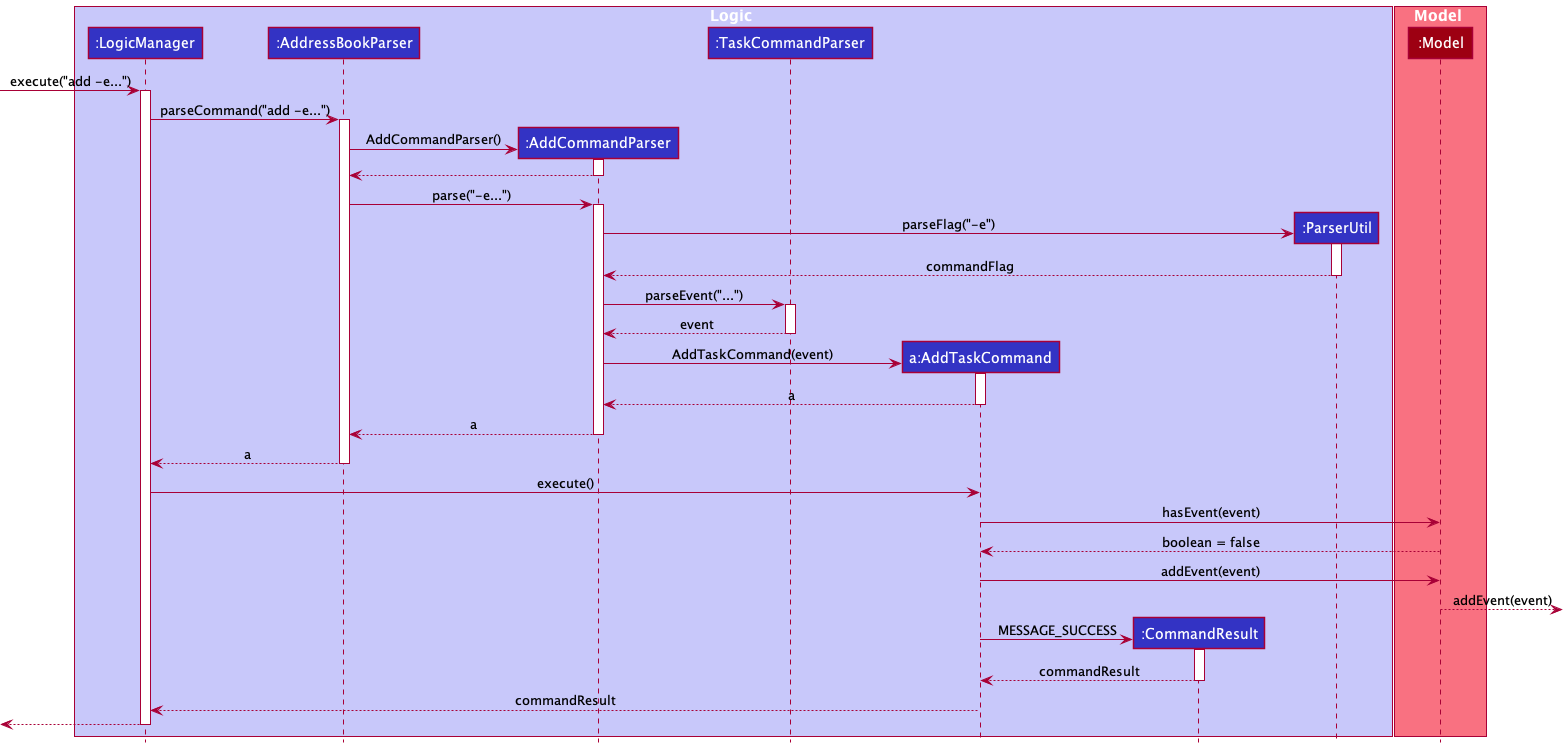
wireseo/tp keeps this PlantUML diagram as docs/images/AddTaskSequenceDiagram.png. Above is the earlier version.
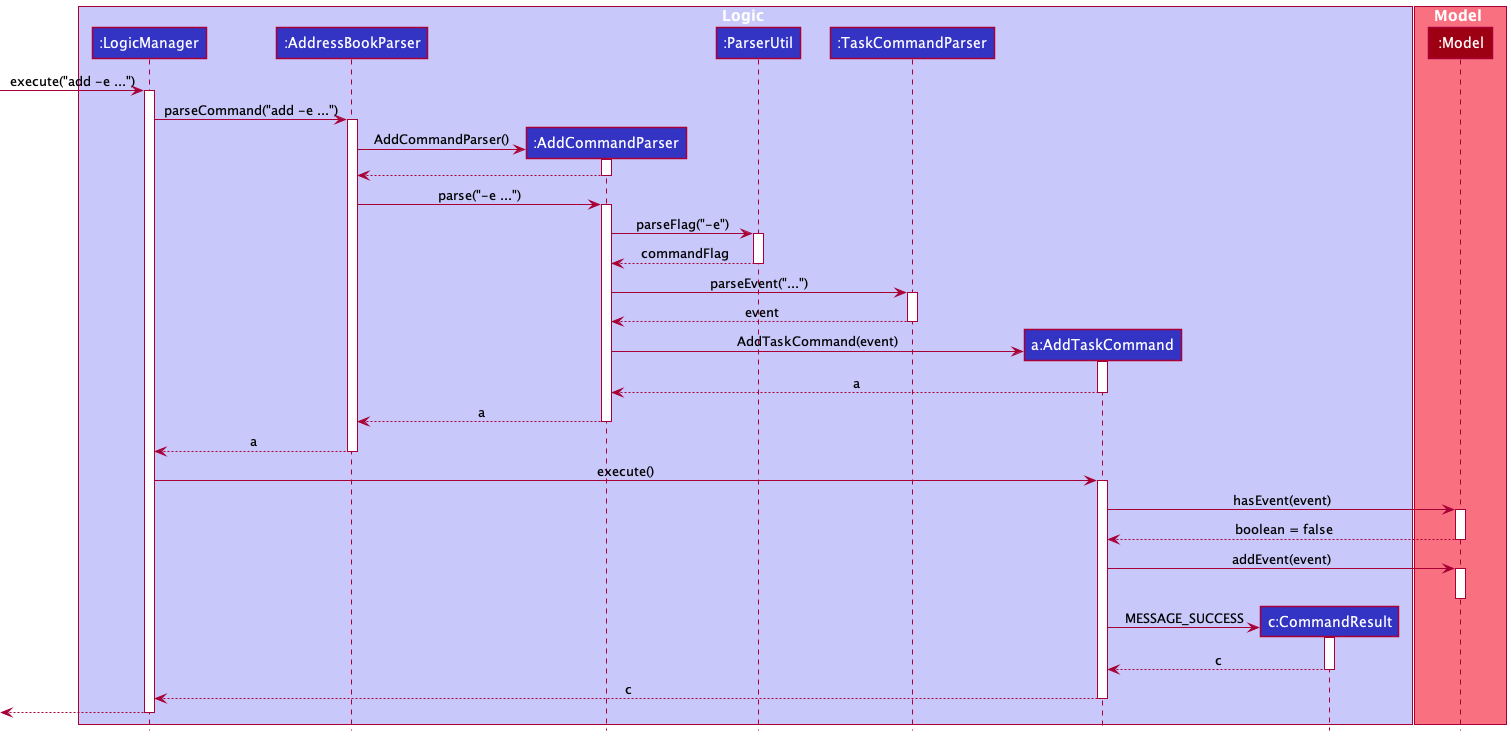
Above is the later version.

Commit message:
Standardise sequence diagrams

The edit, as a diff of the source:
```diff
@@ -5,20 +5,20 @@
 participant ":LogicManager" as LogicManager LOGIC_COLOR
 participant ":AddressBookParser" as AddressBookParser LOGIC_COLOR
 participant ":AddCommandParser" as AddCommandParser LOGIC_COLOR
+participant ":ParserUtil" as ParserUtil LOGIC_COLOR
 participant ":TaskCommandParser" as TaskCommandParser LOGIC_COLOR
 participant "a:AddTaskCommand" as AddTaskCommand LOGIC_COLOR
-participant ":CommandResult" as CommandResult LOGIC_COLOR
-participant ":ParserUtil" as ParserUtil LOGIC_COLOR
+participant "c:CommandResult" as CommandResult LOGIC_COLOR
 end box
 
 box Model MODEL_COLOR_T1
 participant ":Model" as ModelManager MODEL_COLOR
 end box
 
-[-> LogicManager : execute("add -e...")
+[-> LogicManager : execute("add -e ...")
 activate LogicManager
 
-LogicManager -> AddressBookParser : parseCommand("add -e...")
+LogicManager -> AddressBookParser : parseCommand("add -e ...")
 activate AddressBookParser
 
 create AddCommandParser
@@ -28,10 +28,9 @@
 AddCommandParser --> AddressBookParser
 deactivate AddCommandParser
 
-AddressBookParser -> AddCommandParser : parse("-e...")
+AddressBookParser -> AddCommandParser : parse("-e ...")
 activate AddCommandParser
 
-create ParserUtil
 AddCommandParser -> ParserUtil : parseFlag("-e")
 activate ParserUtil
 
@@ -58,20 +57,28 @@
 deactivate AddressBookParser
 
 LogicManager -> AddTaskCommand : execute()
+activate AddTaskCommand
 
 AddTaskCommand -> ModelManager : hasEvent(event)
+activate ModelManager
+
 ModelManager --> AddTaskCommand : boolean = false
+deactivate ModelManager
 
-    AddTaskCommand -> ModelManager : addEvent(event)
-    ModelManager-->] : addEvent(event)
+AddTaskCommand -> ModelManager : addEvent(event)
+activate ModelManager
 
-    create CommandResult
-    AddTaskCommand -> CommandResult : MESSAGE_SUCCESS
-    activate CommandResult
-    CommandResult --> AddTaskCommand : commandResult
-    deactivate CommandResult
+deactivate ModelManager
 
-LogicManager <-- AddTaskCommand : commandResult
+create CommandResult
+AddTaskCommand -> CommandResult : MESSAGE_SUCCESS
+activate CommandResult
+CommandResult --> AddTaskCommand : c
+deactivate CommandResult
+
+LogicManager <-- AddTaskCommand : c
+deactivate AddTaskCommand
+
 [<--LogicManager
 deactivate LogicManager
 
```
